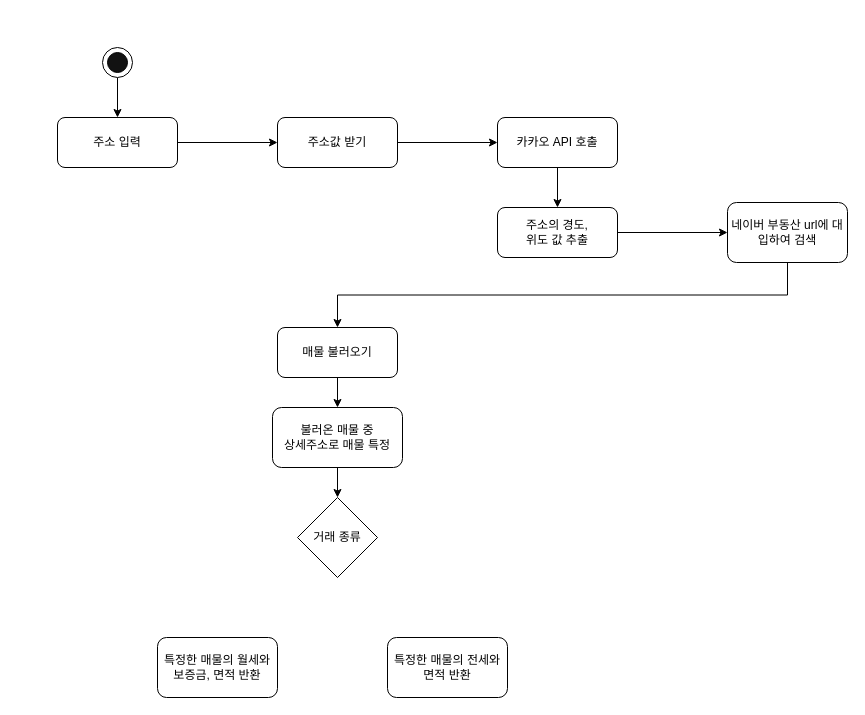
VegetableKim/- keeps this draw.io diagram as 어느집이저렴할까.drawio. Above is the earlier version. Source tidied: cells renumbered, new cells numbered last; positions are measured from the earlier drawing's top-left corner, leaving out a move shared by most shapes. Both pictures are drawn from the tidied source at 100%, with x=0, y=0 at pixel (57, 47).
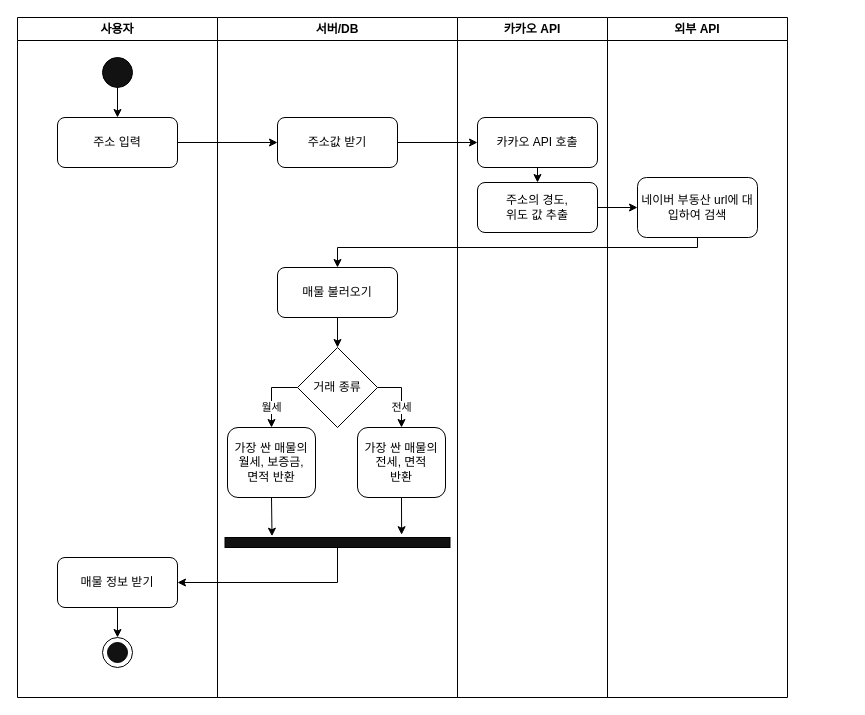
The same page after the edit.

Commit message:
어느집이저렴할까.drawio 업데이트

What changed in the source:
```diff
@@
-    <mxCell id="3" value="주소 입력" style="rounded=1;whiteSpace=wrap;html=1;" parent="1" vertex="1">
-      <mxGeometry y="70" width="120" height="50" as="geometry" />
-    </mxCell>
@@
-    <mxCell id="6" style="edgeStyle=orthogonalEdgeStyle;rounded=0;jettySize=auto;html=1;exitX=0.5;exitY=1;exitDx=0;exitDy=0;entryX=0.5;entryY=0;entryDx=0;entryDy=0;" parent="1" edge="1" source="7" target="9">
-      <mxGeometry relative="1" as="geometry" />
-    </mxCell>
-    <mxCell id="7" value="카카오 API 호출" style="rounded=1;whiteSpace=wrap;html=1;" parent="1" vertex="1">
-      <mxGeometry x="440" y="70" width="120" height="50" as="geometry" />
-    </mxCell>
@@
-    <mxCell id="9" value="주소의 경도, &lt;br&gt;위도 값 추출" style="rounded=1;whiteSpace=wrap;html=1;" parent="1" vertex="1">
-      <mxGeometry x="440" y="160" width="120" height="50" as="geometry" />
-    </mxCell>
-    <mxCell id="10" style="edgeStyle=orthogonalEdgeStyle;rounded=0;jettySize=auto;html=1;exitX=0.5;exitY=1;exitDx=0;exitDy=0;entryX=0.5;entryY=0;entryDx=0;entryDy=0;" parent="1" edge="1" source="11" target="16">
-      <mxGeometry relative="1" as="geometry" />
-    </mxCell>
-    <mxCell id="11" value="네이버 부동산 url에 대입하여 검색" style="rounded=1;whiteSpace=wrap;html=1;" parent="1" vertex="1">
-      <mxGeometry x="670" y="155" width="120" height="60" as="geometry" />
-    </mxCell>
+    <mxCell id="22" style="edgeStyle=orthogonalEdgeStyle;rounded=0;jettySize=auto;html=1;exitX=0.5;exitY=1;exitDx=0;exitDy=0;entryX=0.5;entryY=0;entryDx=0;entryDy=0;" parent="1" edge="1" source="16" target="20">
+      <mxGeometry relative="1" as="geometry" />
+    </mxCell>
+    <mxCell id="16" value="매물 불러오기" style="rounded=1;whiteSpace=wrap;html=1;" parent="1" vertex="1">
+      <mxGeometry x="220" y="220" width="120" height="50" as="geometry" />
+    </mxCell>
+    <mxCell id="23" value="전세" style="edgeStyle=orthogonalEdgeStyle;rounded=0;jettySize=auto;html=1;exitX=1;exitY=0.5;exitDx=0;exitDy=0;entryX=0.5;entryY=0;entryDx=0;entryDy=0;" parent="1" edge="1" source="20" target="21">
+      <mxGeometry x="0.38" relative="1" as="geometry" />
+    </mxCell>
+    <mxCell id="24" value="월세" style="edgeStyle=orthogonalEdgeStyle;rounded=0;jettySize=auto;html=1;exitX=0;exitY=0.5;exitDx=0;exitDy=0;entryX=0.5;entryY=0;entryDx=0;entryDy=0;" parent="1" edge="1" source="20" target="27">
+      <mxGeometry x="0.39" relative="1" as="geometry" />
+    </mxCell>
+    <mxCell id="20" value="거래 종류" style="rhombus;whiteSpace=wrap;html=1;" parent="1" vertex="1">
+      <mxGeometry x="240" y="300" width="80" height="80" as="geometry" />
+    </mxCell>
+    <mxCell id="21" value="가장 싼 매물의 전세, 면적&lt;br&gt;반환" style="rounded=1;whiteSpace=wrap;html=1;" parent="1" vertex="1">
+      <mxGeometry x="300" y="380" width="88" height="70" as="geometry" />
+    </mxCell>
+    <mxCell id="25" style="edgeStyle=orthogonalEdgeStyle;rounded=0;jettySize=auto;html=1;exitX=0.5;exitY=1;exitDx=0;exitDy=0;entryX=1;entryY=0.5;entryDx=0;entryDy=0;" parent="1" edge="1" source="26" target="33">
+      <mxGeometry relative="1" as="geometry" />
+    </mxCell>
+    <mxCell id="26" style="rounded=0;whiteSpace=wrap;html=1;fillColor=#121212;" parent="1" vertex="1">
+      <mxGeometry x="167.5" y="490" width="225" height="10" as="geometry" />
+    </mxCell>
+    <mxCell id="27" value="가장 싼 매물의 월세, 보증금,&lt;br&gt;면적 반환" style="rounded=1;whiteSpace=wrap;html=1;" parent="1" vertex="1">
+      <mxGeometry x="170" y="380" width="88" height="70" as="geometry" />
+    </mxCell>
+    <mxCell id="28" style="edgeStyle=orthogonalEdgeStyle;rounded=0;jettySize=auto;html=1;exitX=0.5;exitY=1;exitDx=0;exitDy=0;entryX=0.209;entryY=-0.13;entryDx=0;entryDy=0;entryPerimeter=0;" parent="1" edge="1" source="27" target="26">
+      <mxGeometry relative="1" as="geometry" />
+    </mxCell>
+    <mxCell id="29" style="edgeStyle=orthogonalEdgeStyle;rounded=0;jettySize=auto;html=1;exitX=0.5;exitY=1;exitDx=0;exitDy=0;entryX=0.785;entryY=-0.278;entryDx=0;entryDy=0;entryPerimeter=0;" parent="1" edge="1" source="21" target="26">
+      <mxGeometry relative="1" as="geometry" />
+    </mxCell>
+    <mxCell id="30" style="ellipse;whiteSpace=wrap;html=1;" parent="1" vertex="1">
+      <mxGeometry x="45" y="590" width="30" height="30" as="geometry" />
+    </mxCell>
+    <mxCell id="31" style="ellipse;whiteSpace=wrap;html=1;fillColor=#121212;" parent="1" vertex="1">
+      <mxGeometry x="50" y="595" width="20" height="20" as="geometry" />
+    </mxCell>
+    <mxCell id="32" style="edgeStyle=orthogonalEdgeStyle;rounded=0;jettySize=auto;html=1;exitX=0.5;exitY=1;exitDx=0;exitDy=0;entryX=0.5;entryY=0;entryDx=0;entryDy=0;" parent="1" edge="1" source="33" target="30">
+      <mxGeometry relative="1" as="geometry" />
+    </mxCell>
+    <mxCell id="33" value="매물 정보 받기" style="rounded=1;whiteSpace=wrap;html=1;" parent="1" vertex="1">
+      <mxGeometry y="510" width="120" height="50" as="geometry" />
+    </mxCell>
+    <mxCell id="34" value="사용자" style="swimlane;whiteSpace=wrap;html=1;" parent="1" vertex="1">
+      <mxGeometry x="-40" y="-30" width="200" height="680" as="geometry" />
+    </mxCell>
+    <mxCell id="3" value="주소 입력" style="rounded=1;whiteSpace=wrap;html=1;" parent="34" vertex="1">
+      <mxGeometry x="40" y="100" width="120" height="50" as="geometry" />
+    </mxCell>
-    <mxCell id="12" style="edgeStyle=orthogonalEdgeStyle;rounded=0;jettySize=auto;html=1;exitX=0.5;exitY=1;exitDx=0;exitDy=0;entryX=0.5;entryY=0;entryDx=0;entryDy=0;" parent="1" edge="1" source="13" target="3">
+    <mxCell id="12" style="edgeStyle=orthogonalEdgeStyle;rounded=0;jettySize=auto;html=1;exitX=0.5;exitY=1;exitDx=0;exitDy=0;entryX=0.5;entryY=0;entryDx=0;entryDy=0;" parent="34" edge="1" source="13" target="3">
       <mxGeometry relative="1" as="geometry" />
     </mxCell>
-    <mxCell id="13" style="ellipse;whiteSpace=wrap;html=1;" parent="1" vertex="1">
-      <mxGeometry x="45" width="30" height="30" as="geometry" />
+    <mxCell id="13" style="ellipse;whiteSpace=wrap;html=1;fillColor=#121212;" parent="34" vertex="1">
+      <mxGeometry x="85" y="40" width="30" height="30" as="geometry" />
     </mxCell>
-    <mxCell id="14" style="ellipse;whiteSpace=wrap;html=1;fillColor=#121212;" parent="1" vertex="1">
-      <mxGeometry x="50" y="5" width="20" height="20" as="geometry" />
-    </mxCell>
-    <mxCell id="15" style="edgeStyle=orthogonalEdgeStyle;rounded=0;jettySize=auto;html=1;exitX=0.5;exitY=1;exitDx=0;exitDy=0;entryX=0.5;entryY=0;entryDx=0;entryDy=0;" parent="1" edge="1" source="16" target="18">
-      <mxGeometry relative="1" as="geometry" />
-    </mxCell>
-    <mxCell id="16" value="매물 불러오기" style="rounded=1;whiteSpace=wrap;html=1;" parent="1" vertex="1">
-      <mxGeometry x="220" y="280" width="120" height="50" as="geometry" />
-    </mxCell>
-    <mxCell id="17" style="edgeStyle=orthogonalEdgeStyle;rounded=0;jettySize=auto;html=1;exitX=0.5;exitY=1;exitDx=0;exitDy=0;entryX=0.5;entryY=0;entryDx=0;entryDy=0;" parent="1" edge="1" source="18" target="20">
-      <mxGeometry relative="1" as="geometry" />
-    </mxCell>
-    <mxCell id="18" value="불러온 매물 중&lt;br&gt;상세주소로 매물 특정" style="rounded=1;whiteSpace=wrap;html=1;" parent="1" vertex="1">
-      <mxGeometry x="215" y="360" width="130" height="60" as="geometry" />
-    </mxCell>
-    <mxCell id="19" value="특정한 매물의 월세와 보증금, 면적 반환" style="rounded=1;whiteSpace=wrap;html=1;" parent="1" vertex="1">
-      <mxGeometry x="100" y="590" width="120" height="60" as="geometry" />
-    </mxCell>
-    <mxCell id="20" value="거래 종류" style="rhombus;whiteSpace=wrap;html=1;" parent="1" vertex="1">
-      <mxGeometry x="240" y="450" width="80" height="80" as="geometry" />
-    </mxCell>
-    <mxCell id="21" value="특정한 매물의 전세와 면적 반환" style="rounded=1;whiteSpace=wrap;html=1;" parent="1" vertex="1">
-      <mxGeometry x="330" y="590" width="120" height="60" as="geometry" />
-    </mxCell>
+    <mxCell id="35" value="서버/DB" style="swimlane;whiteSpace=wrap;html=1;" parent="1" vertex="1">
+      <mxGeometry x="160" y="-30" width="240" height="680" as="geometry" />
+    </mxCell>
+    <mxCell id="36" value="카카오 API" style="swimlane;whiteSpace=wrap;html=1;startSize=23;" parent="1" vertex="1">
+      <mxGeometry x="400" y="-30" width="150" height="680" as="geometry" />
+    </mxCell>
+    <mxCell id="9" value="주소의 경도, &lt;br&gt;위도 값 추출" style="rounded=1;whiteSpace=wrap;html=1;" parent="36" vertex="1">
+      <mxGeometry x="20" y="165" width="120" height="50" as="geometry" />
+    </mxCell>
+    <mxCell id="7" value="카카오 API 호출" style="rounded=1;whiteSpace=wrap;html=1;" parent="36" vertex="1">
+      <mxGeometry x="20" y="100" width="120" height="50" as="geometry" />
+    </mxCell>
+    <mxCell id="6" style="edgeStyle=orthogonalEdgeStyle;rounded=0;jettySize=auto;html=1;exitX=0.5;exitY=1;exitDx=0;exitDy=0;entryX=0.5;entryY=0;entryDx=0;entryDy=0;" parent="36" edge="1" source="7" target="9">
+      <mxGeometry relative="1" as="geometry" />
+    </mxCell>
+    <mxCell id="37" value="외부 API" style="swimlane;whiteSpace=wrap;html=1;" parent="1" vertex="1">
+      <mxGeometry x="550" y="-30" width="180" height="680" as="geometry" />
+    </mxCell>
+    <mxCell id="11" value="네이버 부동산 url에 대입하여 검색" style="rounded=1;whiteSpace=wrap;html=1;" parent="37" vertex="1">
+      <mxGeometry x="30" y="160" width="120" height="60" as="geometry" />
+    </mxCell>
+    <mxCell id="10" style="edgeStyle=orthogonalEdgeStyle;rounded=0;jettySize=auto;html=1;exitX=0.5;exitY=1;exitDx=0;exitDy=0;entryX=0.5;entryY=0;entryDx=0;entryDy=0;" parent="1" edge="1" source="11" target="16">
+      <mxGeometry relative="1" as="geometry">
+        <Array as="points">
+          <mxPoint x="640" y="200" />
+          <mxPoint x="280" y="200" />
+        </Array>
+      </mxGeometry>
+    </mxCell>
```
